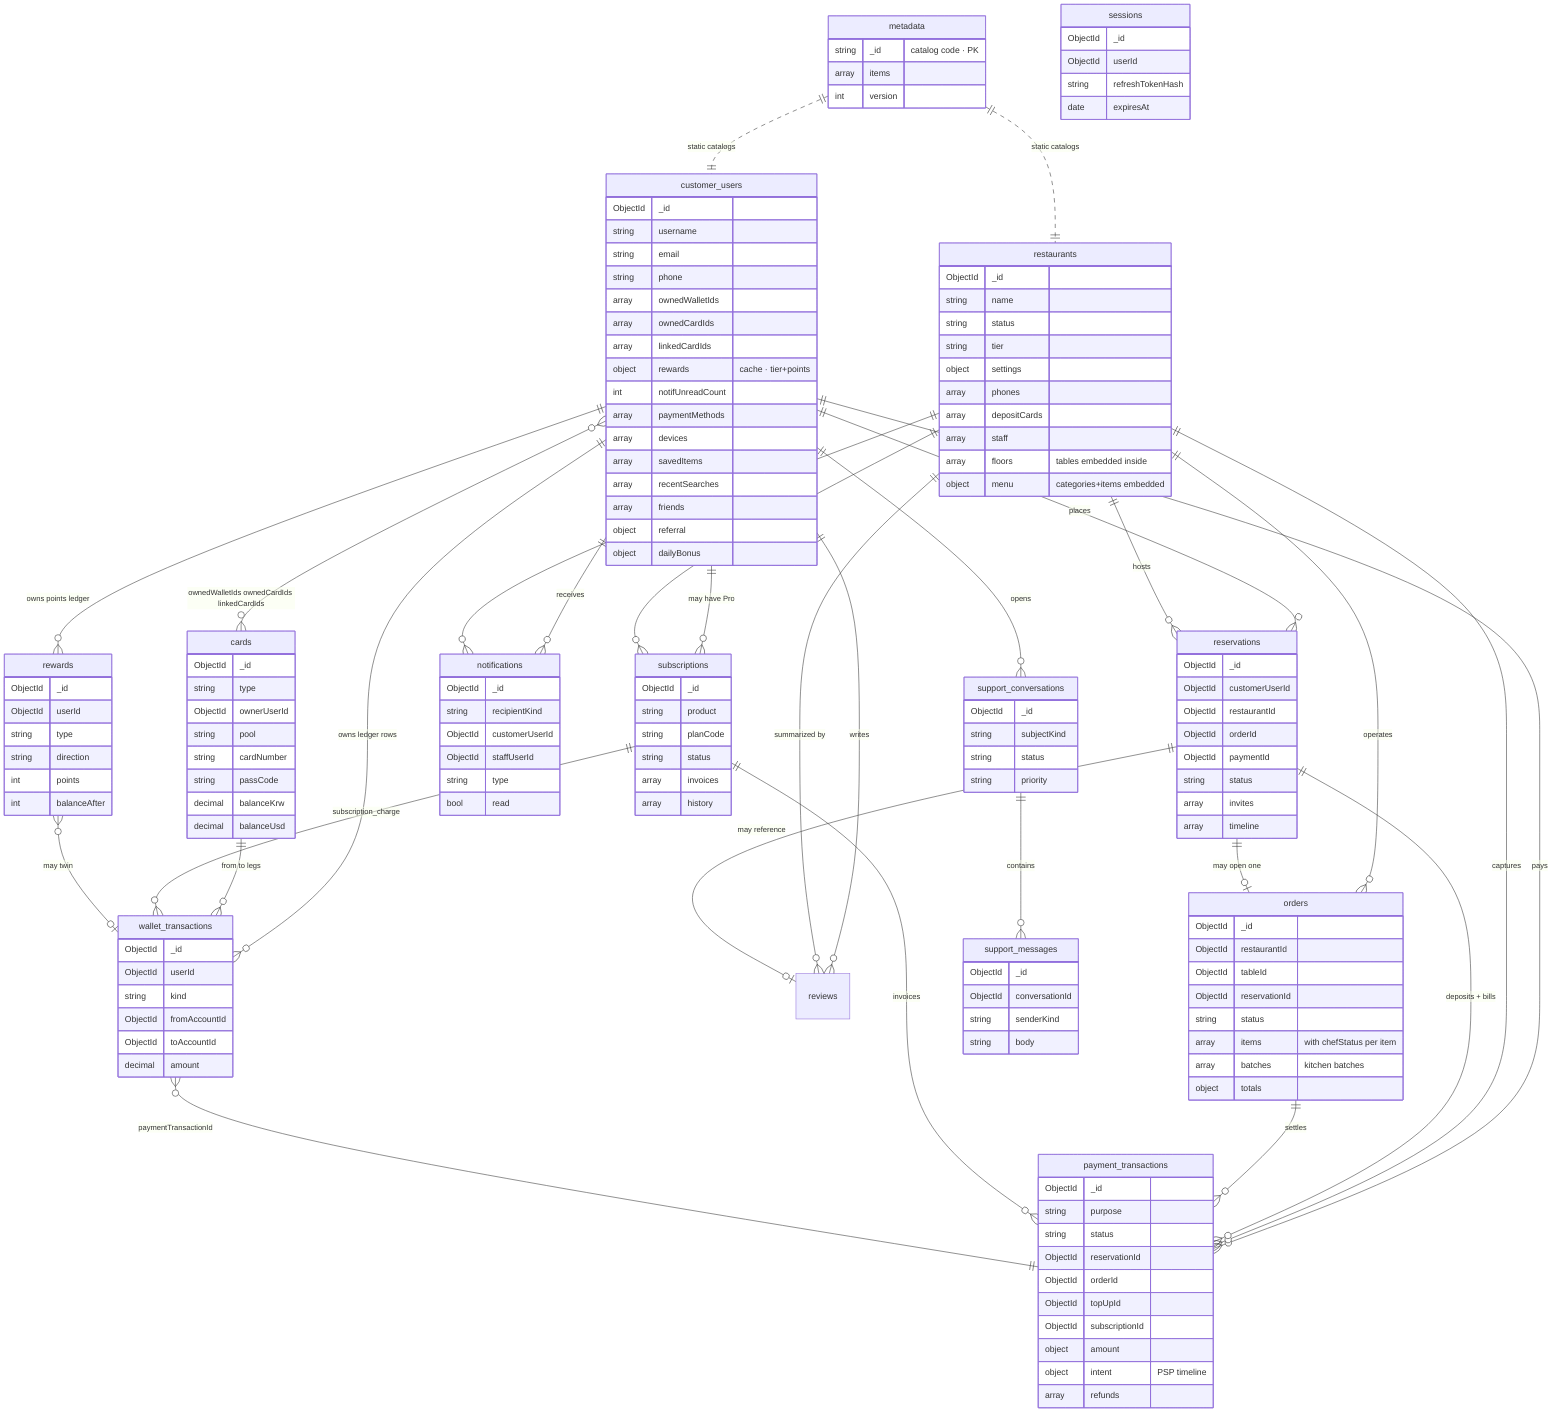
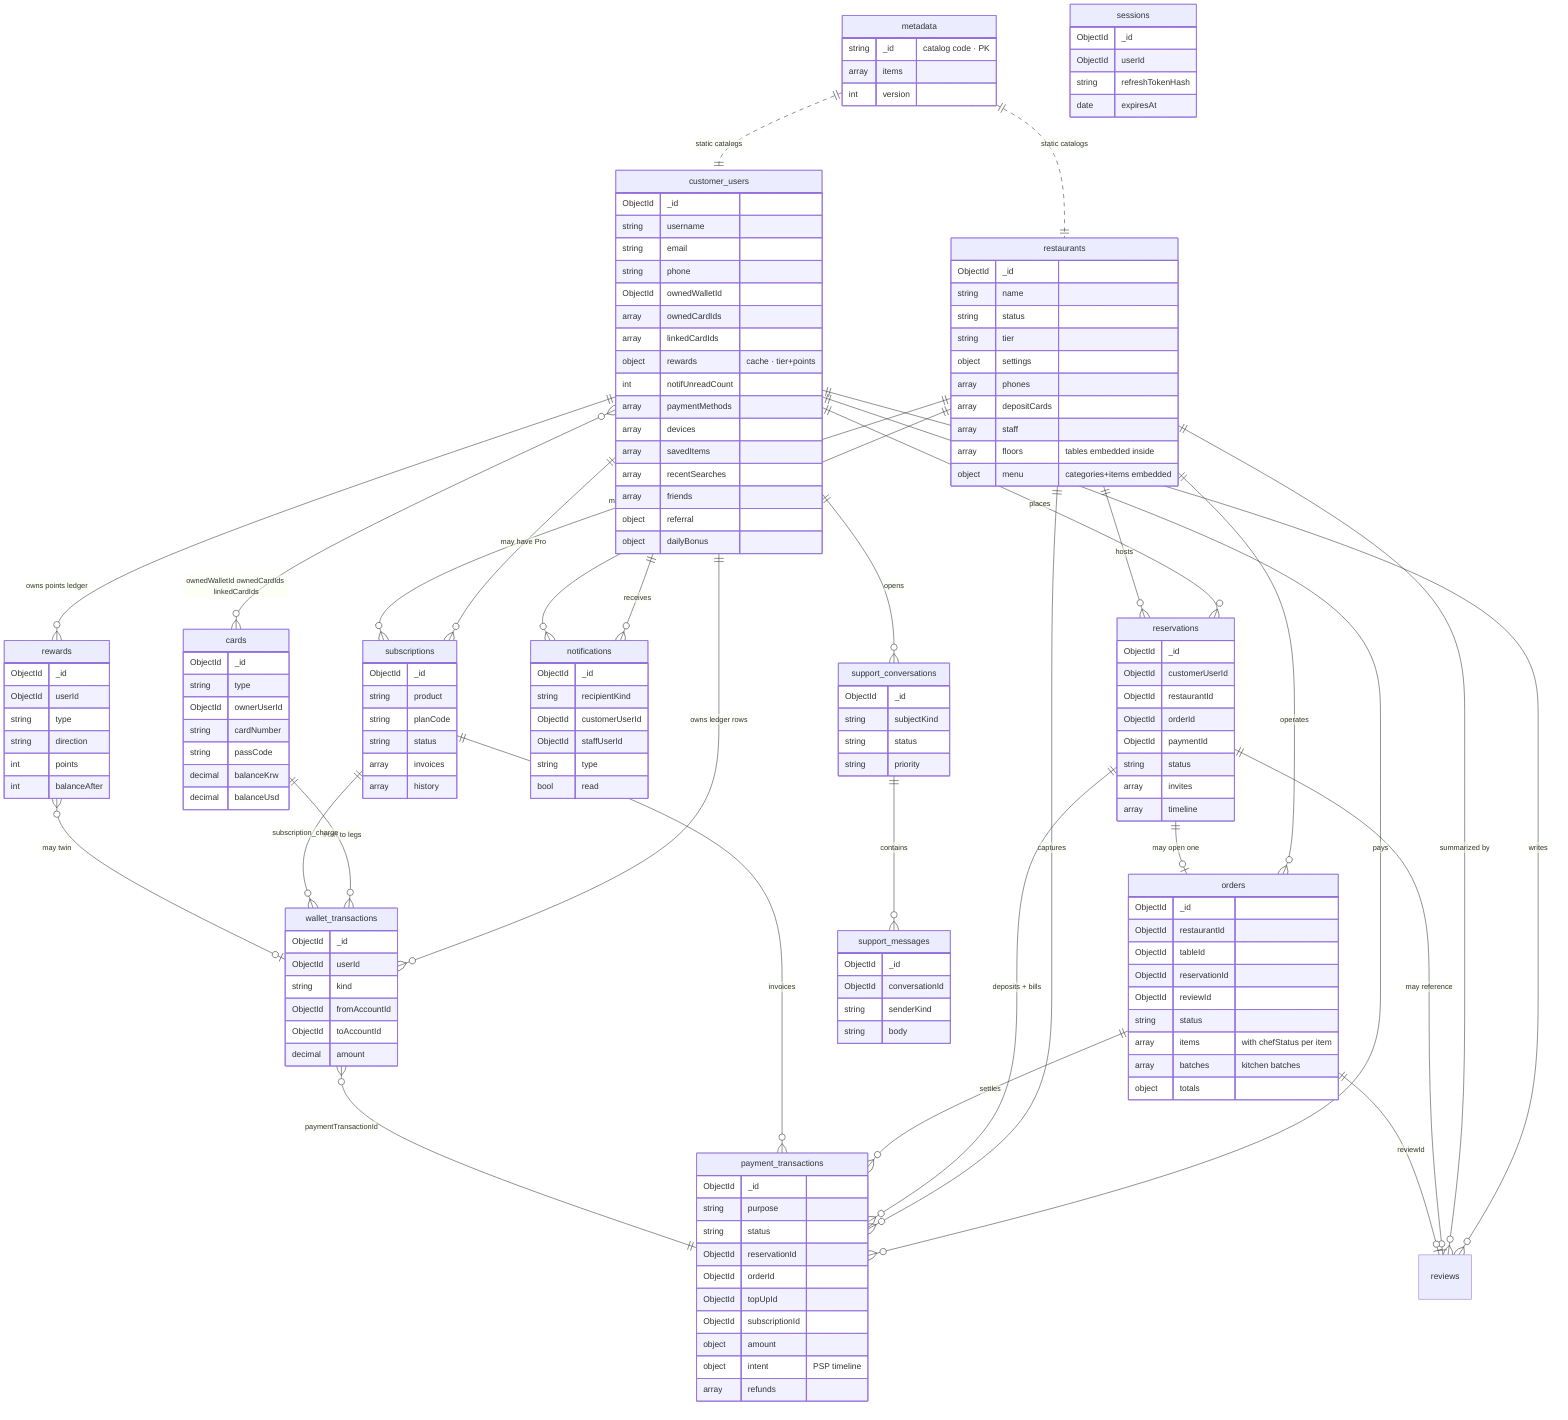
erDiagram
%% The 14-collection compromise schema. Lines marked with `||--o{` mean
%% "exactly-one to many"; `}o--o{` means many-to-many via embedded references.
%% Optional cache fields on `customer_users` (rewards, notifUnread) stay in sync
%% with authoritative ledger collections; wallet balances live on `cards`.
    customer_users ||--o{ reservations : "places"
    customer_users ||--o{ wallet_transactions : "owns ledger rows"
    customer_users ||--o{ rewards : "owns points ledger"
    customer_users ||--o{ payment_transactions : "pays"
    customer_users ||--o{ subscriptions : "may have Pro"
    customer_users ||--o{ notifications : "receives"
    customer_users ||--o{ support_conversations : "opens"
    customer_users ||--o{ reviews : "writes"
-     customer_users }o--o{ cards : "ownedWalletIds ownedCardIds linkedCardIds"
+     customer_users }o--o{ cards : "ownedWalletId ownedCardIds linkedCardIds"

    cards ||--o{ wallet_transactions : "from to legs"

    restaurants ||--o{ reservations : "hosts"
    restaurants ||--o{ reviews : "summarized by"
    restaurants ||--o{ orders : "operates"
    restaurants ||--o{ payment_transactions : "captures"
    restaurants ||--o{ subscriptions : "may have tier"
    restaurants ||--o{ notifications : "receives"

    reservations ||--o| orders : "may open one"
    reservations ||--o{ payment_transactions : "deposits + bills"
    reservations ||--o| reviews : "may reference"

    orders ||--o{ payment_transactions : "settles"
+     orders ||--o| reviews : "reviewId"

    subscriptions ||--o{ payment_transactions : "invoices"
    subscriptions ||--o{ wallet_transactions : "subscription_charge"

    wallet_transactions }o--|| payment_transactions : "paymentTransactionId"
    rewards }o--o| wallet_transactions : "may twin"

    support_conversations ||--o{ support_messages : "contains"

    metadata ||..|| customer_users : "static catalogs"
    metadata ||..|| restaurants : "static catalogs"

    customer_users {
        ObjectId _id
        string username
        string email
        string phone
-         array  ownedWalletIds
+         ObjectId ownedWalletId
        array  ownedCardIds
        array  linkedCardIds
        object rewards       "cache · tier+points"
        int    notifUnreadCount
        array  paymentMethods
        array  devices
        array  savedItems
        array  recentSearches
        array  friends
        object referral
        object dailyBonus
    }
    restaurants {
        ObjectId _id
        string name
        string status
        string tier
        object settings
        array  phones
        array  depositCards
        array  staff
        array  floors           "tables embedded inside"
        object menu             "categories+items embedded"
    }
    reservations {
        ObjectId _id
        ObjectId customerUserId
        ObjectId restaurantId
        ObjectId orderId
        ObjectId paymentId
        string   status
        array    invites
        array    timeline
    }
    orders {
        ObjectId _id
        ObjectId restaurantId
        ObjectId tableId
        ObjectId reservationId
+         ObjectId reviewId
        string   status
        array    items          "with chefStatus per item"
        array    batches        "kitchen batches"
        object   totals
    }
    payment_transactions {
        ObjectId _id
        string   purpose
        string   status
        ObjectId reservationId
        ObjectId orderId
        ObjectId topUpId
        ObjectId subscriptionId
        object   amount
        object   intent          "PSP timeline"
        array    refunds
    }
    wallet_transactions {
        ObjectId _id
        ObjectId userId
        string   kind
        ObjectId fromAccountId
        ObjectId toAccountId
        decimal  amount
    }
    cards {
        ObjectId _id
        string   type
        ObjectId ownerUserId
-         string   pool
        string   cardNumber
        string   passCode
        decimal  balanceKrw
        decimal  balanceUsd
    }
    rewards {
        ObjectId _id
        ObjectId userId
        string   type
        string   direction
        int      points
        int      balanceAfter
    }
    notifications {
        ObjectId _id
        string   recipientKind
        ObjectId customerUserId
        ObjectId staffUserId
        string   type
        bool     read
    }
    support_conversations {
        ObjectId _id
        string   subjectKind
        string   status
        string   priority
    }
    support_messages {
        ObjectId _id
        ObjectId conversationId
        string   senderKind
        string   body
    }
    subscriptions {
        ObjectId _id
        string   product
        string   planCode
        string   status
        array    invoices
        array    history
    }
    sessions {
        ObjectId _id
        ObjectId userId
        string   refreshTokenHash
        date     expiresAt
    }
    metadata {
        string   _id            "catalog code · PK"
        array    items
        int      version
    }
